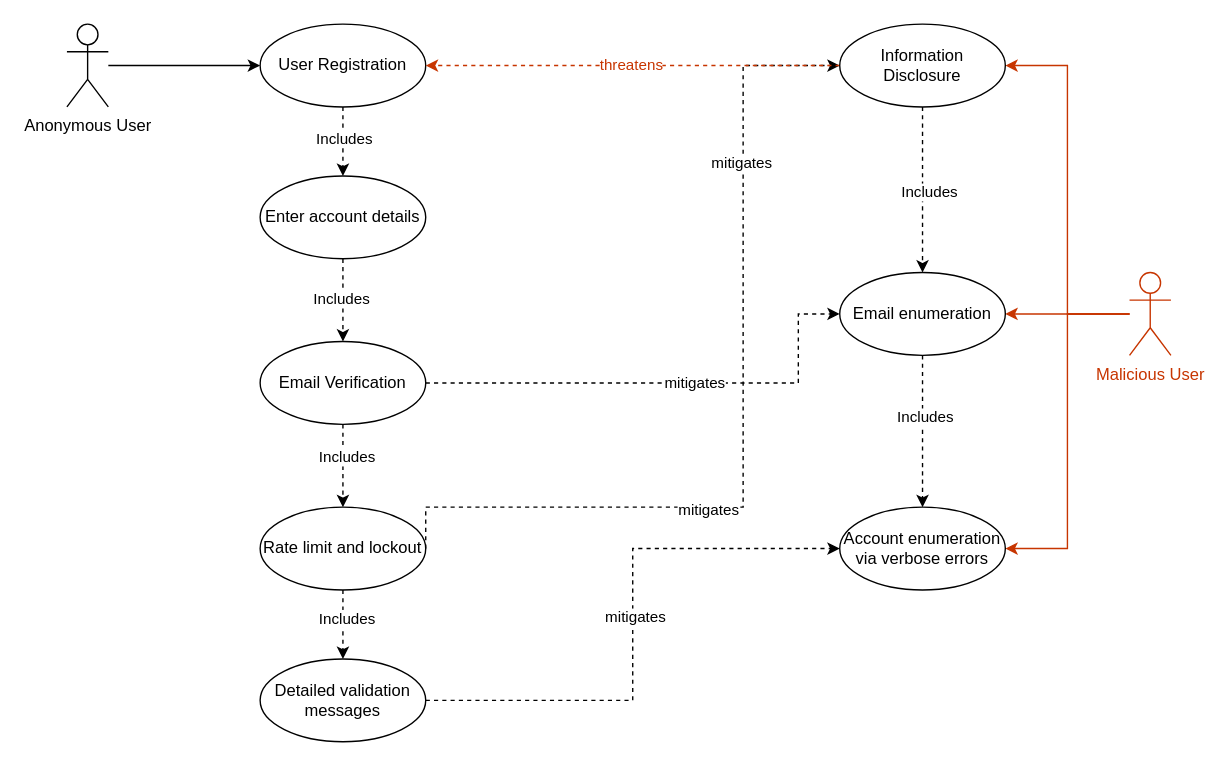
mei-desofs/desofs2026-thu_crr_1 keeps this draw.io diagram as docs/abuse-cases/diogo1221223/Register_Unauthenticated_User-v2.drawio. Above is the earlier version. Source tidied: cells renumbered, new cells numbered last; positions are measured from the earlier drawing's top-left corner, leaving out a move shared by most shapes. Both pictures are drawn from the tidied source at 138%, with x=0, y=0 at pixel (66, 23).
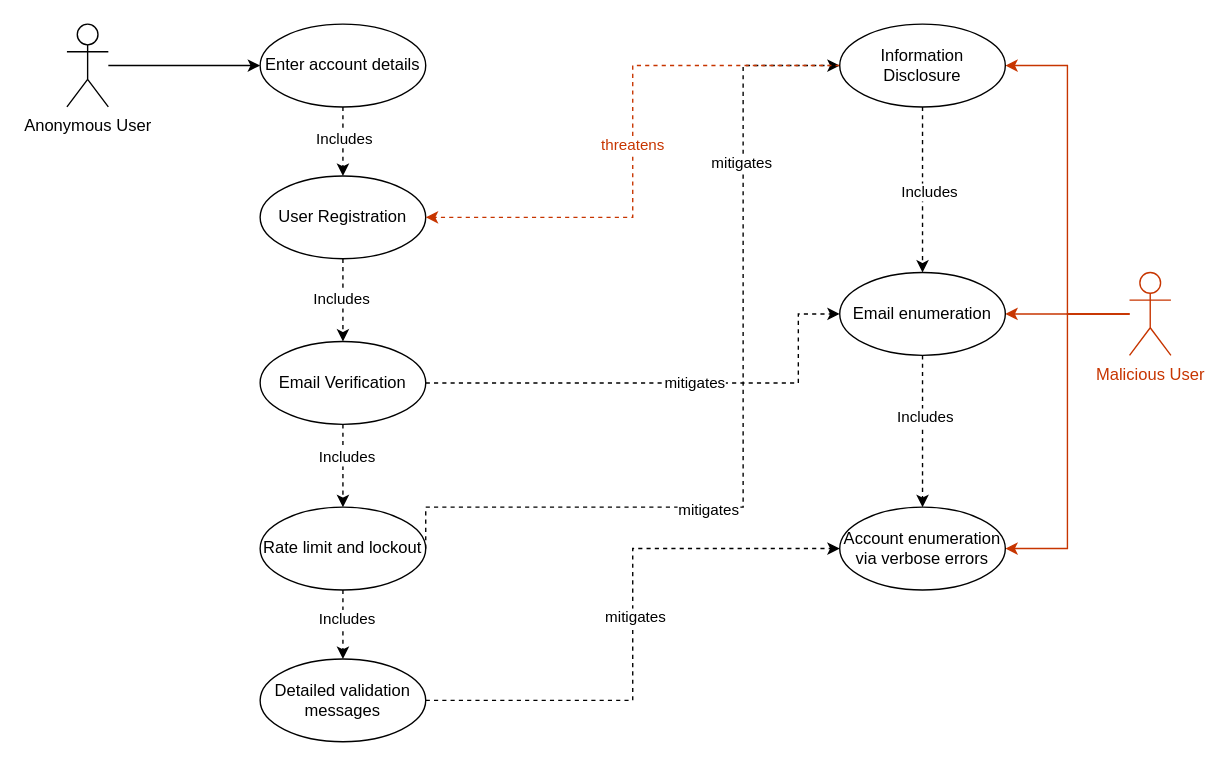
The same page after the edit.

Commit message (it also covers changes not shown here):
fix: abuse cases (#59)

The change refers to these unchanged cells:
```xml
<mxCell id="33" value="Information Disclosure" style="ellipse;whiteSpace=wrap;html=1;fillColor=light-dark(#FFFFFF,#CDA2BE);strokeColor=light-dark(#000000,#000000);fontColor=light-dark(#000000,#000000);" parent="1" vertex="1">
  <mxGeometry x="560" width="120" height="60" as="geometry" />
</mxCell>
```

The edit, as a diff of the source:
```diff
@@
-    <mxCell id="10" value="User Registration" style="ellipse;whiteSpace=wrap;html=1;fillColor=light-dark(#FFFFFF,#3399FF);strokeColor=light-dark(#000000,#000000);fontColor=light-dark(#000000,#000000);" parent="1" vertex="1">
+    <mxCell id="10" value="Enter account details" style="ellipse;whiteSpace=wrap;html=1;fillColor=light-dark(#FFFFFF,#3399FF);strokeColor=light-dark(#000000,#000000);fontColor=light-dark(#000000,#000000);" parent="1" vertex="1">
       <mxGeometry x="140" width="120" height="60" as="geometry" />
     </mxCell>
@@
-    <mxCell id="13" value="Enter account details" style="ellipse;whiteSpace=wrap;html=1;fillColor=light-dark(#FFFFFF,#3399FF);strokeColor=light-dark(#000000,#000000);fontColor=light-dark(#000000,#000000);" parent="1" vertex="1">
+    <mxCell id="13" value="User Registration" style="ellipse;whiteSpace=wrap;html=1;fillColor=light-dark(#FFFFFF,#3399FF);strokeColor=light-dark(#000000,#000000);fontColor=light-dark(#000000,#000000);" parent="1" vertex="1">
       <mxGeometry x="140" y="110" width="120" height="60" as="geometry" />
     </mxCell>
@@
-    <mxCell id="31" style="edgeStyle=orthogonalEdgeStyle;rounded=0;jettySize=auto;html=1;entryX=1;entryY=0.5;entryDx=0;entryDy=0;dashed=1;strokeColor=light-dark(#C73500,#FF0000);" parent="1" edge="1" source="33" target="10">
+    <mxCell id="31" style="edgeStyle=orthogonalEdgeStyle;rounded=0;jettySize=auto;html=1;entryX=1;entryY=0.5;entryDx=0;entryDy=0;dashed=1;strokeColor=light-dark(#C73500,#FF0000);" parent="1" edge="1" source="33" target="13">
       <mxGeometry relative="1" as="geometry" />
     </mxCell>
```
